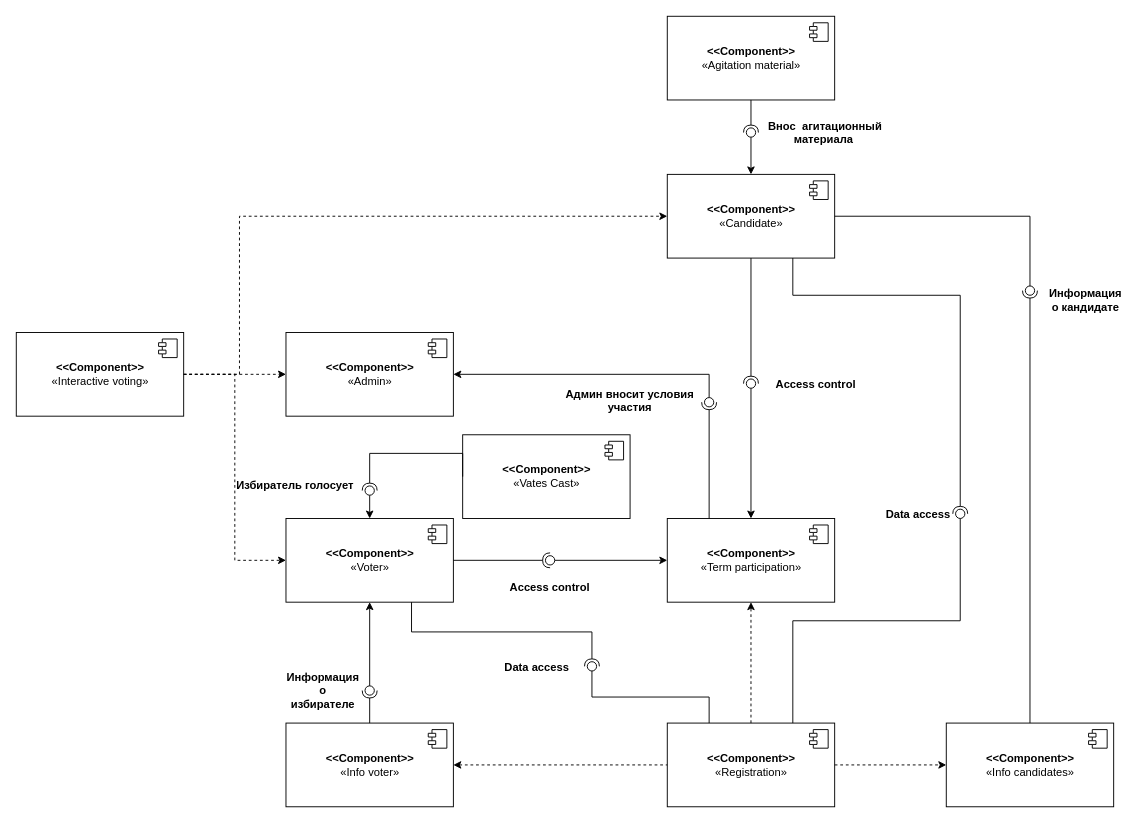
This is Untitled Diagram.drawio from aleksey899/Inter.MixAN, a draw.io file, before an edit. Source tidied: cells renumbered, new cells numbered last; positions are measured from the earlier drawing's top-left corner, leaving out a move shared by most shapes. Both pictures are drawn from the tidied source at 93%, with x=0, y=0 at pixel (16, 16).
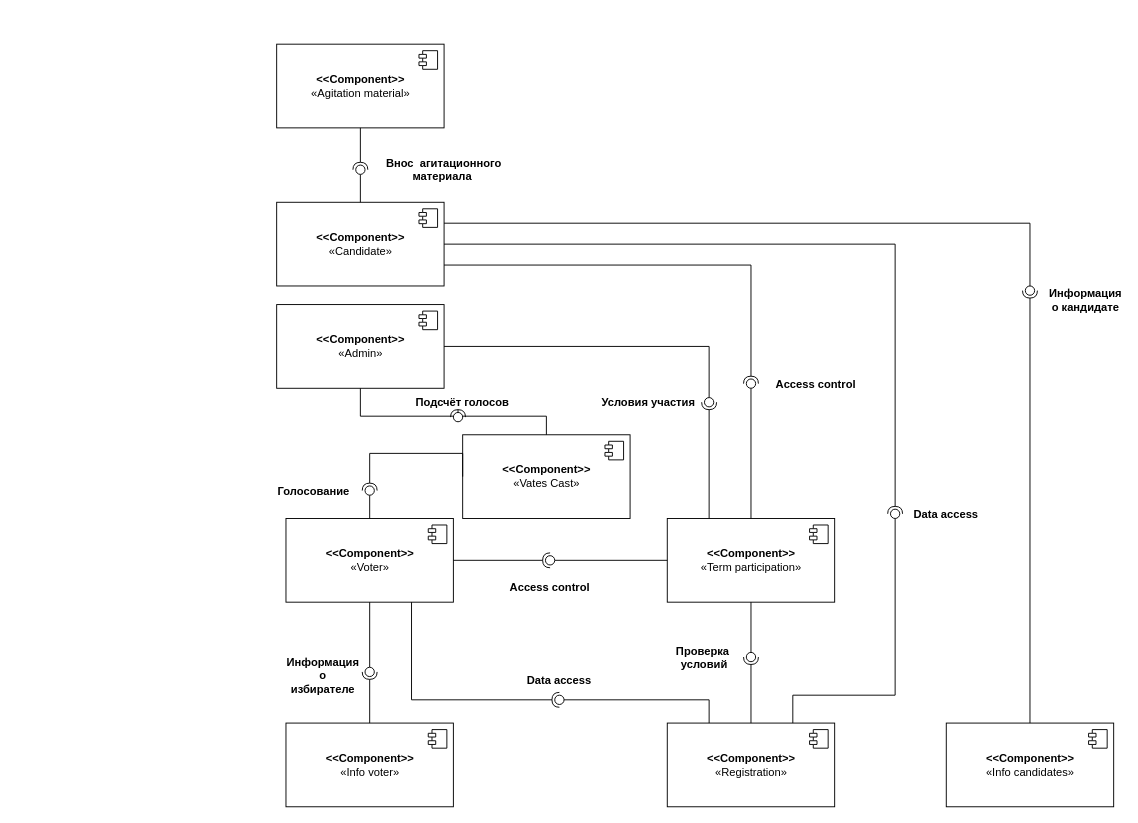
After the change.

Unchanged cells that the change refers to:
```xml
<mxCell id="2" value="&lt;b&gt;&amp;lt;&amp;lt;Component&amp;gt;&amp;gt;&lt;/b&gt;&lt;br&gt;«Vates Cast»" style="html=1;" parent="1" vertex="1">
  <mxGeometry x="480" y="450" width="180" height="90" as="geometry" />
</mxCell>
<mxCell id="4" value="&lt;b&gt;&amp;lt;&amp;lt;Component&amp;gt;&amp;gt;&lt;/b&gt;&lt;br&gt;«Term participation»" style="html=1;" parent="1" vertex="1">
  <mxGeometry x="700" y="540" width="180" height="90" as="geometry" />
</mxCell>
<mxCell id="6" value="&lt;b&gt;&amp;lt;&amp;lt;Component&amp;gt;&amp;gt;&lt;/b&gt;&lt;br&gt;«Registration»" style="html=1;" parent="1" vertex="1">
  <mxGeometry x="700" y="760" width="180" height="90" as="geometry" />
</mxCell>
<mxCell id="8" value="&lt;b&gt;&amp;lt;&amp;lt;Component&amp;gt;&amp;gt;&lt;/b&gt;&lt;br&gt;«Info candidates»" style="html=1;" parent="1" vertex="1">
  <mxGeometry x="1000" y="760" width="180" height="90" as="geometry" />
</mxCell>
<mxCell id="10" value="&lt;b&gt;&amp;lt;&amp;lt;Component&amp;gt;&amp;gt;&lt;/b&gt;&lt;br&gt;«Info voter»" style="html=1;" parent="1" vertex="1">
  <mxGeometry x="290" y="760" width="180" height="90" as="geometry" />
</mxCell>
<mxCell id="16" value="&lt;b&gt;&amp;lt;&amp;lt;Component&amp;gt;&amp;gt;&lt;/b&gt;&lt;br&gt;«Voter»" style="html=1;" parent="1" vertex="1">
  <mxGeometry x="290" y="540" width="180" height="90" as="geometry" />
</mxCell>
<mxCell id="33" style="ellipse;whiteSpace=wrap;html=1;align=center;points=[];outlineConnect=0;sketch=0;" parent="1" vertex="1">
  <mxGeometry x="1085" y="290" width="10" height="10" as="geometry" />
</mxCell>
<mxCell id="38" style="ellipse;whiteSpace=wrap;html=1;align=center;points=[];outlineConnect=0;sketch=0;" parent="1" vertex="1">
  <mxGeometry x="785" y="390" width="10" height="10" as="geometry" />
</mxCell>
<mxCell id="41" style="ellipse;whiteSpace=wrap;html=1;align=center;points=[];outlineConnect=0;sketch=0;" parent="1" vertex="1">
  <mxGeometry x="740" y="410" width="10" height="10" as="geometry" />
</mxCell>
<mxCell id="44" style="ellipse;whiteSpace=wrap;html=1;align=center;points=[];outlineConnect=0;sketch=0;" parent="1" vertex="1">
  <mxGeometry x="375" y="505" width="10" height="10" as="geometry" />
</mxCell>
<mxCell id="51" style="ellipse;whiteSpace=wrap;html=1;align=center;points=[];outlineConnect=0;sketch=0;" parent="1" vertex="1">
  <mxGeometry x="569" y="580" width="10" height="10" as="geometry" />
</mxCell>
```

The edit, as a diff of the source:
```diff
@@
     <mxCell id="12" value="&lt;b&gt;&amp;lt;&amp;lt;Component&amp;gt;&amp;gt;&lt;/b&gt;&lt;br&gt;«Agitation material»" style="html=1;" parent="1" vertex="1">
-      <mxGeometry x="700" width="180" height="90" as="geometry" />
+      <mxGeometry x="280" y="30" width="180" height="90" as="geometry" />
     </mxCell>
@@
     <mxCell id="14" value="&lt;b&gt;&amp;lt;&amp;lt;Component&amp;gt;&amp;gt;&lt;/b&gt;&lt;br&gt;«Candidate»" style="html=1;" parent="1" vertex="1">
-      <mxGeometry x="700" y="170" width="180" height="90" as="geometry" />
+      <mxGeometry x="280" y="200" width="180" height="90" as="geometry" />
     </mxCell>
@@
     <mxCell id="18" value="&lt;b&gt;&amp;lt;&amp;lt;Component&amp;gt;&amp;gt;&lt;/b&gt;&lt;br&gt;«Admin»" style="html=1;" parent="1" vertex="1">
-      <mxGeometry x="290" y="340" width="180" height="90" as="geometry" />
+      <mxGeometry x="280" y="310" width="180" height="90" as="geometry" />
     </mxCell>
@@
-    <mxCell id="20" value="&lt;b&gt;&amp;lt;&amp;lt;Component&amp;gt;&amp;gt;&lt;/b&gt;&lt;br&gt;«Interactive voting»" style="html=1;" parent="1" vertex="1">
-      <mxGeometry y="340" width="180" height="90" as="geometry" />
-    </mxCell>
-    <mxCell id="21" style="shape=module;jettyWidth=8;jettyHeight=4;" parent="20" vertex="1">
-      <mxGeometry x="1" width="20" height="20" relative="1" as="geometry">
-        <mxPoint x="-27" y="7" as="offset" />
-      </mxGeometry>
-    </mxCell>
-    <mxCell id="22" style="endArrow=classic;dashed=1;html=1;rounded=0;exitX=1;exitY=0.5;exitDx=0;exitDy=0;entryX=0;entryY=0.5;entryDx=0;entryDy=0;endFill=1;" parent="1" edge="1" source="20" target="18">
-      <mxGeometry relative="1" as="geometry" />
-    </mxCell>
-    <mxCell id="23" style="endArrow=classic;dashed=1;html=1;rounded=0;exitX=1;exitY=0.5;exitDx=0;exitDy=0;entryX=0;entryY=0.5;entryDx=0;entryDy=0;edgeStyle=orthogonalEdgeStyle;endFill=1;" parent="1" edge="1" source="20" target="16">
-      <mxGeometry relative="1" as="geometry" />
-    </mxCell>
-    <mxCell id="24" style="rounded=0;jettySize=auto;html=1;endArrow=none;endFill=0;sketch=0;sourcePerimeterSpacing=0;targetPerimeterSpacing=0;exitX=0.5;exitY=0;exitDx=0;exitDy=0;startArrow=classic;startFill=1;" parent="1" edge="1" source="14" target="26">
+    <mxCell id="24" style="rounded=0;jettySize=auto;html=1;endArrow=none;endFill=0;sketch=0;sourcePerimeterSpacing=0;targetPerimeterSpacing=0;exitX=0.5;exitY=0;exitDx=0;exitDy=0;startArrow=none;startFill=0;" parent="1" edge="1" source="14" target="26">
       <mxGeometry relative="1" as="geometry" />
     </mxCell>
@@
     <mxCell id="26" style="ellipse;whiteSpace=wrap;html=1;align=center;points=[];outlineConnect=0;sketch=0;" parent="1" vertex="1">
-      <mxGeometry x="785" y="120" width="10" height="10" as="geometry" />
+      <mxGeometry x="365" y="160" width="10" height="10" as="geometry" />
     </mxCell>
-    <mxCell id="27" style="rounded=0;jettySize=auto;html=1;endArrow=none;endFill=0;sketch=0;sourcePerimeterSpacing=0;targetPerimeterSpacing=0;exitX=0.5;exitY=1;exitDx=0;exitDy=0;startArrow=classic;startFill=1;" parent="1" edge="1" source="16" target="29">
+    <mxCell id="27" style="rounded=0;jettySize=auto;html=1;endArrow=none;endFill=0;sketch=0;sourcePerimeterSpacing=0;targetPerimeterSpacing=0;exitX=0.5;exitY=1;exitDx=0;exitDy=0;startArrow=none;startFill=0;" parent="1" edge="1" source="16" target="29">
       <mxGeometry relative="1" as="geometry" />
     </mxCell>
@@
     <mxCell id="29" style="ellipse;whiteSpace=wrap;html=1;align=center;points=[];outlineConnect=0;sketch=0;" parent="1" vertex="1">
-      <mxGeometry x="375" y="720" width="10" height="10" as="geometry" />
+      <mxGeometry x="375" y="700" width="10" height="10" as="geometry" />
     </mxCell>
-    <mxCell id="30" style="endArrow=classic;dashed=1;html=1;rounded=0;exitX=0.5;exitY=0;exitDx=0;exitDy=0;entryX=0.5;entryY=1;entryDx=0;entryDy=0;endFill=1;" parent="1" edge="1" source="6" target="4">
-      <mxGeometry relative="1" as="geometry" />
-    </mxCell>
-    <mxCell id="31" style="rounded=0;jettySize=auto;html=1;endArrow=none;endFill=0;sketch=0;sourcePerimeterSpacing=0;targetPerimeterSpacing=0;exitX=1;exitY=0.5;exitDx=0;exitDy=0;edgeStyle=orthogonalEdgeStyle;startArrow=none;startFill=0;" parent="1" edge="1" source="14" target="33">
-      <mxGeometry relative="1" as="geometry" />
+    <mxCell id="31" style="rounded=0;jettySize=auto;html=1;endArrow=none;endFill=0;sketch=0;sourcePerimeterSpacing=0;targetPerimeterSpacing=0;exitX=1;exitY=0.25;exitDx=0;exitDy=0;edgeStyle=orthogonalEdgeStyle;startArrow=none;startFill=0;" parent="1" edge="1" source="14" target="33">
+      <mxGeometry relative="1" as="geometry">
+        <Array as="points">
+          <mxPoint x="1090" y="223" />
+        </Array>
+      </mxGeometry>
     </mxCell>
@@
-    <mxCell id="34" style="endArrow=classic;dashed=1;html=1;rounded=0;exitX=1;exitY=0.5;exitDx=0;exitDy=0;entryX=0;entryY=0.5;entryDx=0;entryDy=0;endFill=1;" parent="1" edge="1" source="6" target="8">
-      <mxGeometry relative="1" as="geometry" />
-    </mxCell>
-    <mxCell id="35" style="endArrow=none;dashed=1;html=1;rounded=0;entryX=0;entryY=0.5;entryDx=0;entryDy=0;exitX=1;exitY=0.5;exitDx=0;exitDy=0;startArrow=classic;startFill=1;" parent="1" edge="1" source="10" target="6">
-      <mxGeometry relative="1" as="geometry" />
-    </mxCell>
-    <mxCell id="36" style="rounded=0;jettySize=auto;html=1;endArrow=none;endFill=0;sketch=0;sourcePerimeterSpacing=0;targetPerimeterSpacing=0;exitX=0.5;exitY=0;exitDx=0;exitDy=0;startArrow=classic;startFill=1;" parent="1" edge="1" source="4" target="38">
+    <mxCell id="36" style="rounded=0;jettySize=auto;html=1;endArrow=none;endFill=0;sketch=0;sourcePerimeterSpacing=0;targetPerimeterSpacing=0;exitX=0.5;exitY=0;exitDx=0;exitDy=0;startArrow=none;startFill=0;" parent="1" edge="1" source="4" target="38">
       <mxGeometry relative="1" as="geometry" />
     </mxCell>
-    <mxCell id="37" style="rounded=0;jettySize=auto;html=1;endArrow=halfCircle;endFill=0;entryX=0.5;entryY=0.5;endSize=6;strokeWidth=1;sketch=0;exitX=0.5;exitY=1;exitDx=0;exitDy=0;" parent="1" edge="1" source="14" target="38">
+    <mxCell id="37" style="rounded=0;jettySize=auto;html=1;endArrow=halfCircle;endFill=0;entryX=0.5;entryY=0.5;endSize=6;strokeWidth=1;sketch=0;exitX=1;exitY=0.75;exitDx=0;exitDy=0;edgeStyle=orthogonalEdgeStyle;" parent="1" edge="1" source="14" target="38">
       <mxGeometry relative="1" as="geometry" />
     </mxCell>
@@
-    <mxCell id="39" style="rounded=0;jettySize=auto;html=1;endArrow=none;endFill=0;sketch=0;sourcePerimeterSpacing=0;targetPerimeterSpacing=0;exitX=1;exitY=0.5;exitDx=0;exitDy=0;edgeStyle=orthogonalEdgeStyle;startArrow=classic;startFill=1;" parent="1" edge="1" source="18" target="41">
+    <mxCell id="39" style="rounded=0;jettySize=auto;html=1;endArrow=none;endFill=0;sketch=0;sourcePerimeterSpacing=0;targetPerimeterSpacing=0;exitX=1;exitY=0.5;exitDx=0;exitDy=0;edgeStyle=orthogonalEdgeStyle;startArrow=none;startFill=0;" parent="1" edge="1" source="18" target="41">
       <mxGeometry relative="1" as="geometry">
         <Array as="points">
-          <mxPoint x="745" y="385" />
+          <mxPoint x="745" y="355" />
         </Array>
       </mxGeometry>
     </mxCell>
@@
-    <mxCell id="42" style="rounded=0;jettySize=auto;html=1;endArrow=none;endFill=0;sketch=0;sourcePerimeterSpacing=0;targetPerimeterSpacing=0;exitX=0.5;exitY=0;exitDx=0;exitDy=0;startArrow=classic;startFill=1;" parent="1" edge="1" source="16" target="44">
+    <mxCell id="42" style="rounded=0;jettySize=auto;html=1;endArrow=none;endFill=0;sketch=0;sourcePerimeterSpacing=0;targetPerimeterSpacing=0;exitX=0.5;exitY=0;exitDx=0;exitDy=0;startArrow=none;startFill=0;" parent="1" edge="1" source="16" target="44">
       <mxGeometry relative="1" as="geometry" />
     </mxCell>
@@
-    <mxCell id="46" value="Внос  агитационный &#10;материала " style="text;align=center;fontStyle=1;verticalAlign=middle;spacingLeft=3;spacingRight=3;strokeColor=none;" parent="1" vertex="1">
-      <mxGeometry x="830" y="112" width="80" height="26" as="geometry" />
+    <mxCell id="46" value="Внос  агитационного&#10;материала " style="text;align=center;fontStyle=1;verticalAlign=middle;spacingLeft=3;spacingRight=3;strokeColor=none;" parent="1" vertex="1">
+      <mxGeometry x="420" y="152" width="80" height="26" as="geometry" />
     </mxCell>
@@
-    <mxCell id="49" style="rounded=0;jettySize=auto;html=1;endArrow=none;endFill=0;sketch=0;sourcePerimeterSpacing=0;targetPerimeterSpacing=0;exitX=0;exitY=0.5;exitDx=0;exitDy=0;startArrow=classic;startFill=1;" parent="1" edge="1" source="4" target="51">
+    <mxCell id="49" style="rounded=0;jettySize=auto;html=1;endArrow=none;endFill=0;sketch=0;sourcePerimeterSpacing=0;targetPerimeterSpacing=0;exitX=0;exitY=0.5;exitDx=0;exitDy=0;startArrow=none;startFill=0;" parent="1" edge="1" source="4" target="51">
       <mxGeometry relative="1" as="geometry" />
     </mxCell>
@@
-    <mxCell id="52" value="Админ вносит условия&#10;участия" style="text;align=center;fontStyle=1;verticalAlign=middle;spacingLeft=3;spacingRight=3;strokeColor=none;" parent="1" vertex="1">
-      <mxGeometry x="620" y="400" width="80" height="26" as="geometry" />
+    <mxCell id="52" value="Условия участия" style="text;align=center;fontStyle=1;verticalAlign=middle;spacingLeft=3;spacingRight=3;strokeColor=none;" parent="1" vertex="1">
+      <mxGeometry x="640" y="402" width="80" height="26" as="geometry" />
     </mxCell>
     <mxCell id="53" value="&lt;b&gt;Информация о избирателе&lt;/b&gt;" style="text;html=1;strokeColor=none;fillColor=none;align=center;verticalAlign=middle;whiteSpace=wrap;rounded=0;" parent="1" vertex="1">
-      <mxGeometry x="300" y="710" width="60" height="30" as="geometry" />
+      <mxGeometry x="300" y="694" width="60" height="30" as="geometry" />
     </mxCell>
-    <mxCell id="54" style="endArrow=classic;dashed=1;html=1;rounded=0;exitX=1;exitY=0.5;exitDx=0;exitDy=0;entryX=0;entryY=0.5;entryDx=0;entryDy=0;endFill=1;edgeStyle=orthogonalEdgeStyle;" parent="1" edge="1" source="20" target="14">
-      <mxGeometry relative="1" as="geometry">
-        <Array as="points">
-          <mxPoint x="240" y="385" />
-          <mxPoint x="240" y="215" />
-        </Array>
-      </mxGeometry>
-    </mxCell>
     <mxCell id="55" value="Data access" style="text;align=center;fontStyle=1;verticalAlign=middle;spacingLeft=3;spacingRight=3;strokeColor=none;" parent="1" vertex="1">
-      <mxGeometry x="930" y="522" width="80" height="26" as="geometry" />
+      <mxGeometry x="960" y="522" width="80" height="26" as="geometry" />
     </mxCell>
-    <mxCell id="56" value="Избиратель голосует" style="text;align=center;fontStyle=1;verticalAlign=middle;spacingLeft=3;spacingRight=3;strokeColor=none;" parent="1" vertex="1">
-      <mxGeometry x="260" y="491" width="80" height="26" as="geometry" />
+    <mxCell id="56" value="Голосование" style="text;align=center;fontStyle=1;verticalAlign=middle;spacingLeft=3;spacingRight=3;strokeColor=none;" parent="1" vertex="1">
+      <mxGeometry x="280" y="497" width="80" height="26" as="geometry" />
     </mxCell>
     <mxCell id="57" value="Data access" style="text;align=center;fontStyle=1;verticalAlign=middle;spacingLeft=3;spacingRight=3;strokeColor=none;" parent="1" vertex="1">
-      <mxGeometry x="520" y="686" width="80" height="26" as="geometry" />
+      <mxGeometry x="544" y="700" width="80" height="26" as="geometry" />
     </mxCell>
     <mxCell id="58" style="rounded=0;jettySize=auto;html=1;endArrow=none;endFill=0;sketch=0;sourcePerimeterSpacing=0;targetPerimeterSpacing=0;exitX=0.75;exitY=0;exitDx=0;exitDy=0;edgeStyle=orthogonalEdgeStyle;" parent="1" edge="1" source="6" target="60">
-      <mxGeometry relative="1" as="geometry" />
+      <mxGeometry relative="1" as="geometry">
+        <Array as="points">
+          <mxPoint x="835" y="730" />
+          <mxPoint x="945" y="730" />
+        </Array>
+      </mxGeometry>
     </mxCell>
-    <mxCell id="59" style="rounded=0;jettySize=auto;html=1;endArrow=halfCircle;endFill=0;entryX=0.5;entryY=0.5;endSize=6;strokeWidth=1;sketch=0;exitX=0.75;exitY=1;exitDx=0;exitDy=0;edgeStyle=orthogonalEdgeStyle;" parent="1" edge="1" source="14" target="60">
+    <mxCell id="59" style="rounded=0;jettySize=auto;html=1;endArrow=halfCircle;endFill=0;entryX=0.5;entryY=0.5;endSize=6;strokeWidth=1;sketch=0;exitX=1;exitY=0.5;exitDx=0;exitDy=0;edgeStyle=orthogonalEdgeStyle;" parent="1" edge="1" source="14" target="60">
       <mxGeometry relative="1" as="geometry">
         <Array as="points">
-          <mxPoint x="835" y="300" />
-          <mxPoint x="1015" y="300" />
+          <mxPoint x="945" y="245" />
         </Array>
       </mxGeometry>
     </mxCell>
     <mxCell id="60" style="ellipse;whiteSpace=wrap;html=1;align=center;points=[];outlineConnect=0;sketch=0;" parent="1" vertex="1">
-      <mxGeometry x="1010" y="530" width="10" height="10" as="geometry" />
+      <mxGeometry x="940" y="530" width="10" height="10" as="geometry" />
     </mxCell>
     <mxCell id="61" style="rounded=0;jettySize=auto;html=1;endArrow=none;endFill=0;sketch=0;sourcePerimeterSpacing=0;targetPerimeterSpacing=0;exitX=0.25;exitY=0;exitDx=0;exitDy=0;edgeStyle=orthogonalEdgeStyle;" parent="1" edge="1" source="6" target="63">
-      <mxGeometry relative="1" as="geometry" />
+      <mxGeometry relative="1" as="geometry">
+        <Array as="points">
+          <mxPoint x="745" y="735" />
+        </Array>
+      </mxGeometry>
     </mxCell>
     <mxCell id="62" style="rounded=0;jettySize=auto;html=1;endArrow=halfCircle;endFill=0;entryX=0.5;entryY=0.5;endSize=6;strokeWidth=1;sketch=0;exitX=0.75;exitY=1;exitDx=0;exitDy=0;edgeStyle=orthogonalEdgeStyle;" parent="1" edge="1" source="16" target="63">
-      <mxGeometry relative="1" as="geometry" />
+      <mxGeometry relative="1" as="geometry">
+        <Array as="points">
+          <mxPoint x="425" y="735" />
+        </Array>
+      </mxGeometry>
     </mxCell>
     <mxCell id="63" style="ellipse;whiteSpace=wrap;html=1;align=center;points=[];outlineConnect=0;sketch=0;" parent="1" vertex="1">
-      <mxGeometry x="614" y="694" width="10" height="10" as="geometry" />
+      <mxGeometry x="579" y="730" width="10" height="10" as="geometry" />
     </mxCell>
+    <mxCell id="64" style="rounded=0;jettySize=auto;html=1;endArrow=none;endFill=0;sketch=0;sourcePerimeterSpacing=0;targetPerimeterSpacing=0;exitX=0.5;exitY=1;exitDx=0;exitDy=0;" parent="1" edge="1" source="4" target="66">
+      <mxGeometry relative="1" as="geometry" />
+    </mxCell>
+    <mxCell id="65" style="rounded=0;jettySize=auto;html=1;endArrow=halfCircle;endFill=0;entryX=0.5;entryY=0.5;endSize=6;strokeWidth=1;sketch=0;exitX=0.5;exitY=0;exitDx=0;exitDy=0;" parent="1" edge="1" source="6" target="66">
+      <mxGeometry relative="1" as="geometry" />
+    </mxCell>
+    <mxCell id="66" style="ellipse;whiteSpace=wrap;html=1;align=center;points=[];outlineConnect=0;sketch=0;" parent="1" vertex="1">
+      <mxGeometry x="785" y="684" width="10" height="10" as="geometry" />
+    </mxCell>
+    <mxCell id="67" value="Проверка &#10;условий" style="text;align=center;fontStyle=1;verticalAlign=middle;spacingLeft=3;spacingRight=3;strokeColor=none;" parent="1" vertex="1">
+      <mxGeometry x="700" y="676" width="80" height="26" as="geometry" />
+    </mxCell>
+    <mxCell id="68" style="rounded=0;jettySize=auto;html=1;endArrow=none;endFill=0;sketch=0;sourcePerimeterSpacing=0;targetPerimeterSpacing=0;exitX=0.5;exitY=1;exitDx=0;exitDy=0;edgeStyle=orthogonalEdgeStyle;" parent="1" edge="1" source="18" target="70">
+      <mxGeometry relative="1" as="geometry">
+        <Array as="points">
+          <mxPoint x="370" y="430" />
+          <mxPoint x="480" y="430" />
+        </Array>
+      </mxGeometry>
+    </mxCell>
+    <mxCell id="69" style="rounded=0;jettySize=auto;html=1;endArrow=halfCircle;endFill=0;entryX=0.5;entryY=0.5;endSize=6;strokeWidth=1;sketch=0;exitX=0.5;exitY=0;exitDx=0;exitDy=0;edgeStyle=orthogonalEdgeStyle;" parent="1" edge="1" source="2" target="70">
+      <mxGeometry relative="1" as="geometry" />
+    </mxCell>
+    <mxCell id="70" style="ellipse;whiteSpace=wrap;html=1;align=center;points=[];outlineConnect=0;sketch=0;" parent="1" vertex="1">
+      <mxGeometry x="470" y="426" width="10" height="10" as="geometry" />
+    </mxCell>
+    <mxCell id="71" value="Подсчёт голосов" style="text;align=center;fontStyle=1;verticalAlign=middle;spacingLeft=3;spacingRight=3;strokeColor=none;" parent="1" vertex="1">
+      <mxGeometry x="440" y="402" width="80" height="26" as="geometry" />
+    </mxCell>
```
